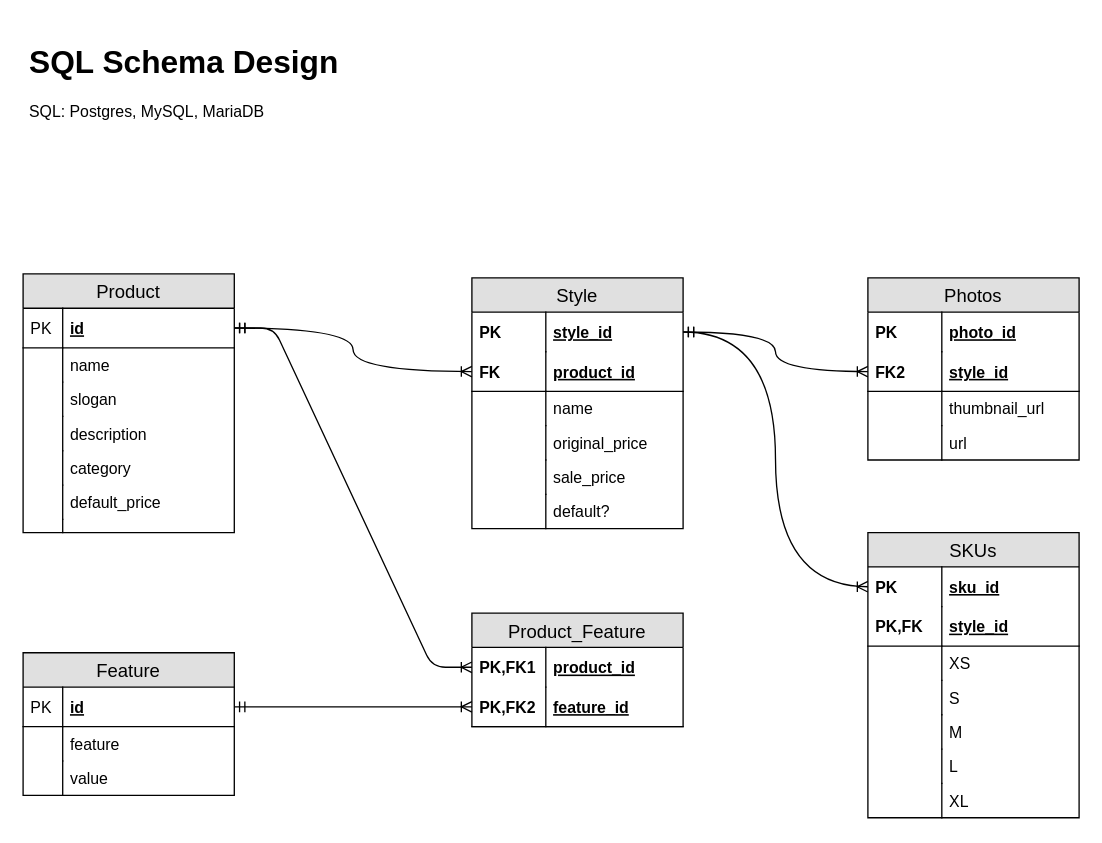
Above: SDC_SQLSchema.drawio in teamspear/ProductsAPI (draw.io), before the change. Source tidied: cells renumbered, new cells numbered last; positions are measured from the earlier drawing's top-left corner, leaving out a move shared by most shapes. Both pictures are drawn from the tidied source at 132%, with x=0, y=0 at pixel (22, 36).
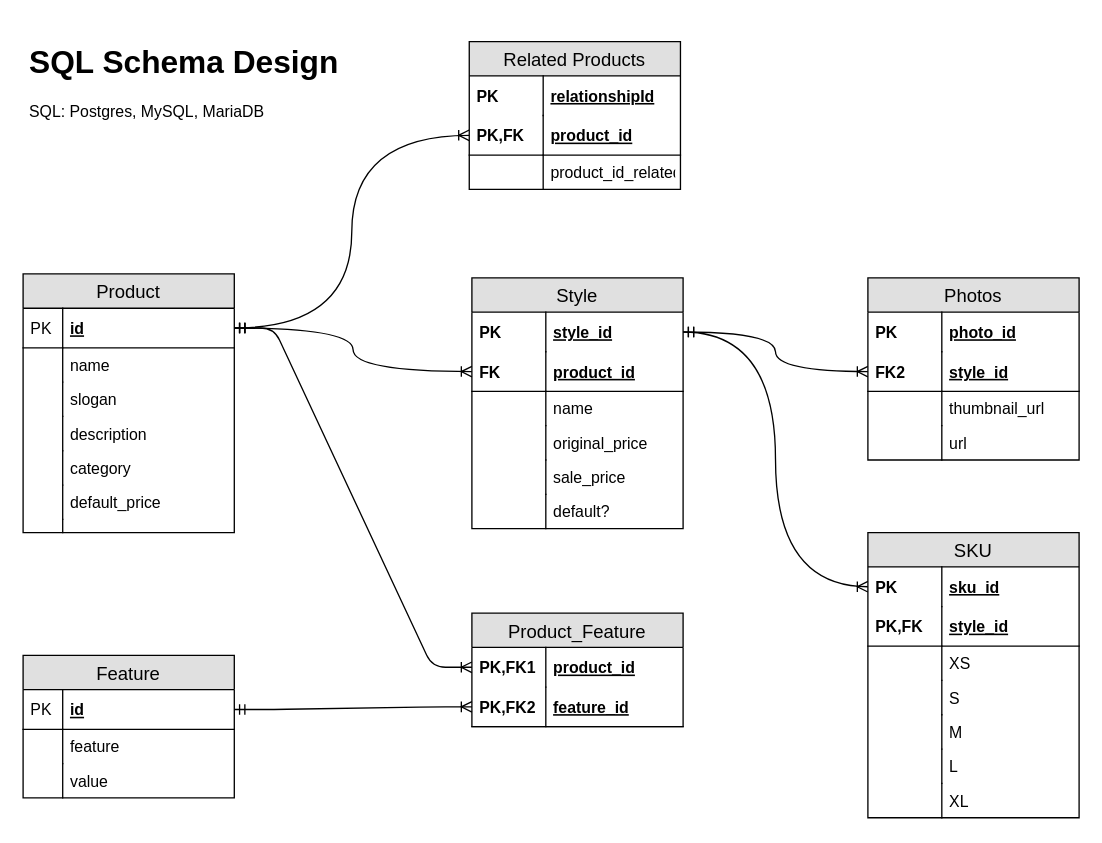
After the change.

Commit message:
Add product relationship entity

Unchanged cells that the change refers to:
```xml
<mxCell id="4" value="id" style="shape=partialRectangle;top=0;left=0;right=0;bottom=1;align=left;verticalAlign=middle;fillColor=none;spacingLeft=34;spacingRight=4;overflow=hidden;points=[[0,0.5],[1,0.5]];portConstraint=eastwest;fontStyle=5;fontSize=12;" parent="3" vertex="1">
  <mxGeometry y="26" width="160" height="30" as="geometry" />
</mxCell>
```

Diff of the diagram source:
```diff
@@
     <mxCell id="23" value="Feature" style="swimlane;fontStyle=0;horizontal=1;startSize=26;fillColor=#e0e0e0;swimlaneFillColor=#ffffff;align=center;fontSize=14;" parent="1" vertex="1">
-      <mxGeometry y="467" width="160" height="108" as="geometry" />
+      <mxGeometry y="469" width="160" height="108" as="geometry" />
     </mxCell>
@@
-    <mxCell id="57" value="SKUs" style="swimlane;fontStyle=0;horizontal=1;startSize=26;fillColor=#e0e0e0;swimlaneFillColor=#ffffff;align=center;fontSize=14;" parent="1" vertex="1">
+    <mxCell id="57" value="SKU" style="swimlane;fontStyle=0;horizontal=1;startSize=26;fillColor=#e0e0e0;swimlaneFillColor=#ffffff;align=center;fontSize=14;" parent="1" vertex="1">
       <mxGeometry x="640" y="376" width="160" height="216" as="geometry" />
     </mxCell>
@@
+    <mxCell id="72" style="edgeStyle=orthogonalEdgeStyle;curved=1;rounded=0;jettySize=auto;html=1;entryX=0;entryY=0.5;entryDx=0;entryDy=0;startArrow=ERmandOne;startFill=0;endArrow=ERoneToMany;endFill=0;" parent="1" edge="1" source="4" target="76">
+      <mxGeometry relative="1" as="geometry" />
+    </mxCell>
+    <mxCell id="73" value="Related Products" style="swimlane;fontStyle=0;horizontal=1;startSize=26;fillColor=#e0e0e0;swimlaneFillColor=#ffffff;align=center;fontSize=14;" parent="1" vertex="1">
+      <mxGeometry x="338" y="4" width="160" height="112" as="geometry" />
+    </mxCell>
+    <mxCell id="74" value="relationshipId" style="shape=partialRectangle;top=0;left=0;right=0;bottom=0;align=left;verticalAlign=middle;fillColor=none;spacingLeft=60;spacingRight=4;overflow=hidden;fontStyle=5;fontSize=12;" parent="73" vertex="1">
+      <mxGeometry y="26" width="160" height="30" as="geometry" />
+    </mxCell>
+    <mxCell id="75" value="PK" style="shape=partialRectangle;fontStyle=1;top=0;left=0;bottom=0;fillColor=none;align=left;verticalAlign=middle;spacingLeft=4;spacingRight=4;overflow=hidden;fontSize=12;" parent="74" vertex="1">
+      <mxGeometry width="56" height="30" as="geometry" />
+    </mxCell>
+    <mxCell id="76" value="product_id" style="shape=partialRectangle;top=0;left=0;right=0;bottom=1;align=left;verticalAlign=middle;fillColor=none;spacingLeft=60;spacingRight=4;overflow=hidden;points=[[0,0.5],[1,0.5]];portConstraint=eastwest;fontStyle=5;fontSize=12;" parent="73" vertex="1">
+      <mxGeometry y="56" width="160" height="30" as="geometry" />
+    </mxCell>
+    <mxCell id="77" value="PK,FK" style="shape=partialRectangle;fontStyle=1;top=0;left=0;bottom=0;fillColor=none;align=left;verticalAlign=middle;spacingLeft=4;spacingRight=4;overflow=hidden;fontSize=12;" parent="76" vertex="1">
+      <mxGeometry width="56" height="30" as="geometry" />
+    </mxCell>
+    <mxCell id="78" value="product_id_related" style="shape=partialRectangle;top=0;left=0;right=0;bottom=0;align=left;verticalAlign=top;fillColor=none;spacingLeft=60;spacingRight=4;overflow=hidden;fontSize=12;" parent="73" vertex="1">
+      <mxGeometry y="86" width="160" height="26" as="geometry" />
+    </mxCell>
+    <mxCell id="79" style="shape=partialRectangle;top=0;left=0;bottom=0;fillColor=none;align=left;verticalAlign=top;spacingLeft=4;spacingRight=4;overflow=hidden;fontSize=12;" parent="78" vertex="1">
+      <mxGeometry width="56" height="26" as="geometry" />
+    </mxCell>
```
